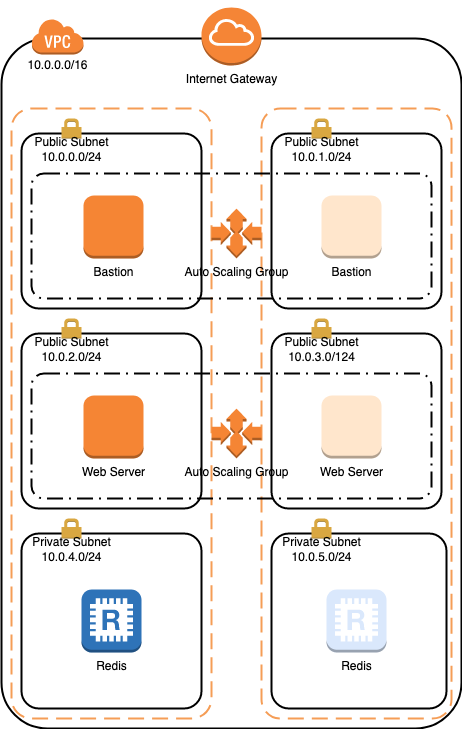
The draw.io diagram aws-tuto-06/image01.png in richardpct/images, before a commit. Source tidied: cells renumbered, new cells last; positions are measured from the earlier drawing's top-left corner, leaving out a move shared by most shapes.
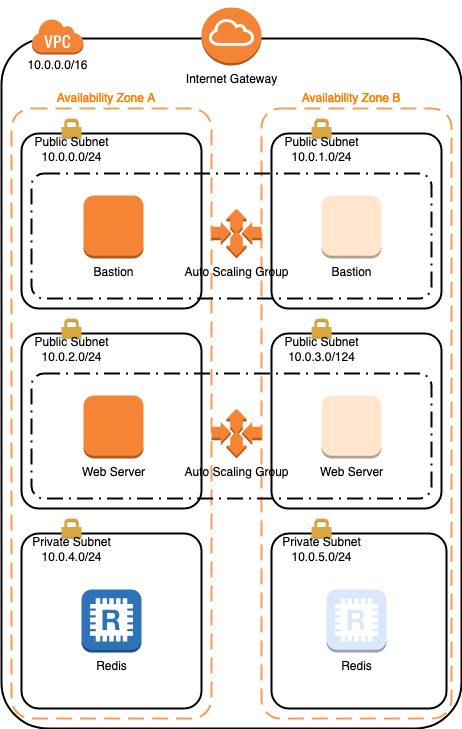
The same file after the commit.

The edit, as a diff of the source:
```diff
@@ -83,5 +83,11 @@
     <mxCell id="28" value="Redis" style="dashed=0;verticalLabelPosition=bottom;verticalAlign=top;align=center;html=1;shape=mxgraph.aws3.redis;fillColor=#dae8fc;strokeColor=#6c8ebf;" parent="1" vertex="1">
       <mxGeometry x="325" y="582" width="60" height="63" as="geometry" />
     </mxCell>
+    <mxCell id="29" value="Availability Zone A" style="text;html=1;align=center;verticalAlign=middle;whiteSpace=wrap;rounded=0;fontColor=#FF8000;" parent="1" vertex="1">
+      <mxGeometry x="50" y="81" width="110" height="20" as="geometry" />
+    </mxCell>
+    <mxCell id="30" value="Availability Zone B" style="text;html=1;align=center;verticalAlign=middle;whiteSpace=wrap;rounded=0;fontColor=#FF8000;" parent="1" vertex="1">
+      <mxGeometry x="295" y="81" width="110" height="20" as="geometry" />
+    </mxCell>
   </root>
 </mxGraphModel>
```
